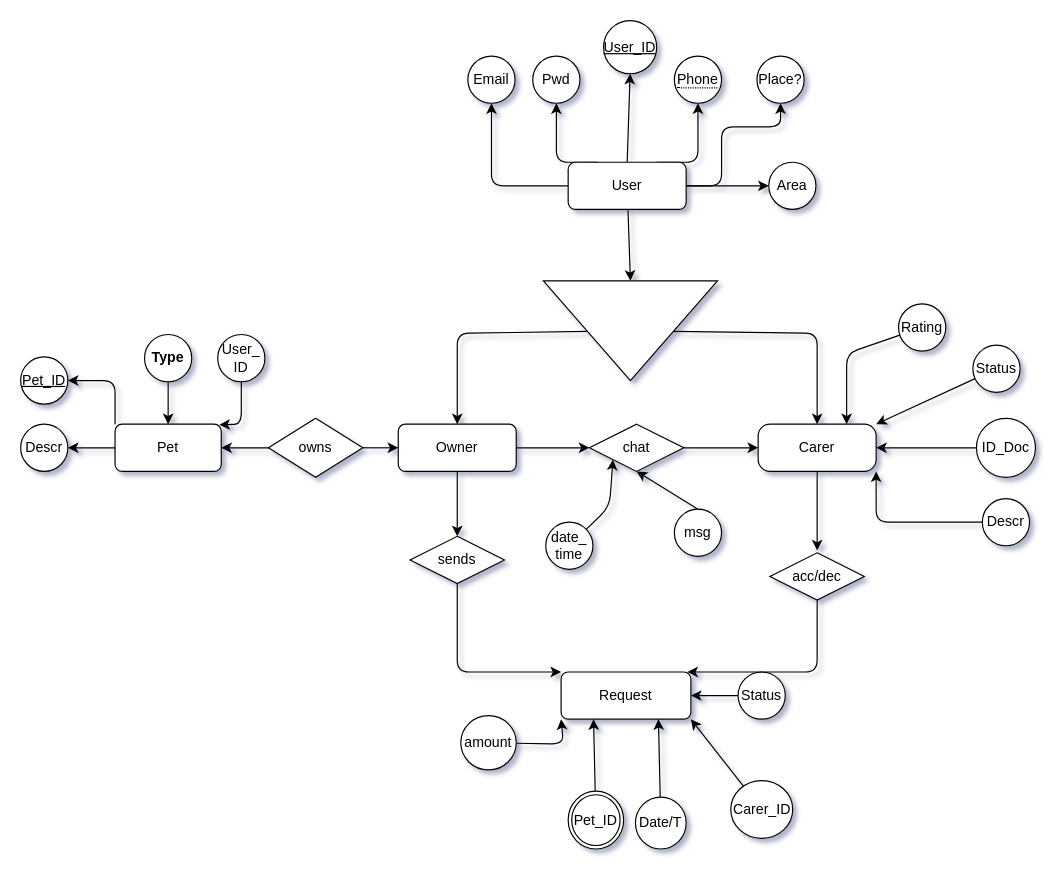
Above: Docs/DB/entidad-realcion.drawio in iagogonzalezborines/MascoTier_Project (draw.io), before the change. Source tidied: cells renumbered, new cells numbered last; positions are measured from the earlier drawing's top-left corner, leaving out a move shared by most shapes. Both pictures are drawn from the tidied source at 118%, with x=0, y=0 at pixel (20, 20).
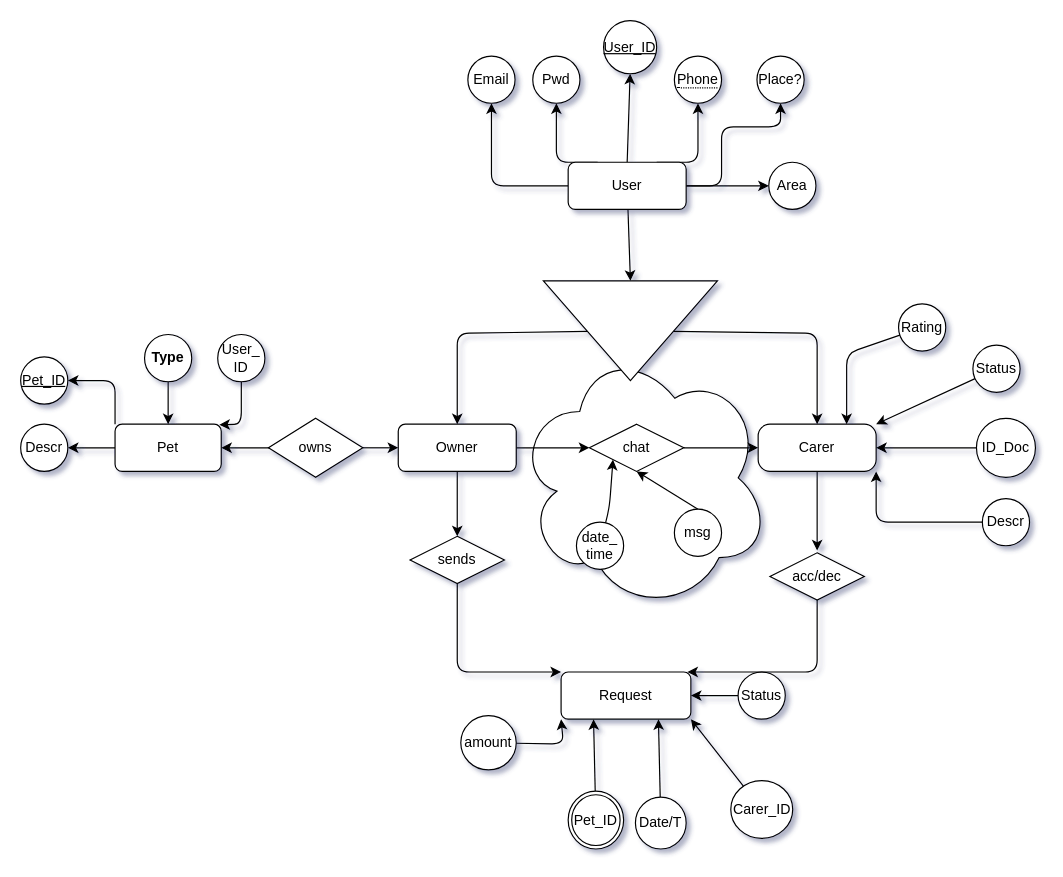
Above is the later version.

What changed in the source:
```diff
@@
+    <mxCell id="65" style="ellipse;shape=cloud;whiteSpace=wrap;html=1;" parent="1" vertex="1">
+      <mxGeometry x="420" y="275" width="215" height="225" as="geometry" />
+    </mxCell>
@@
     <mxCell id="60" value="date_&lt;br&gt;time" style="ellipse;whiteSpace=wrap;html=1;" parent="1" vertex="1">
-      <mxGeometry x="445" y="425" width="40" height="40" as="geometry" />
+      <mxGeometry x="471" y="425" width="40" height="40" as="geometry" />
     </mxCell>
```
